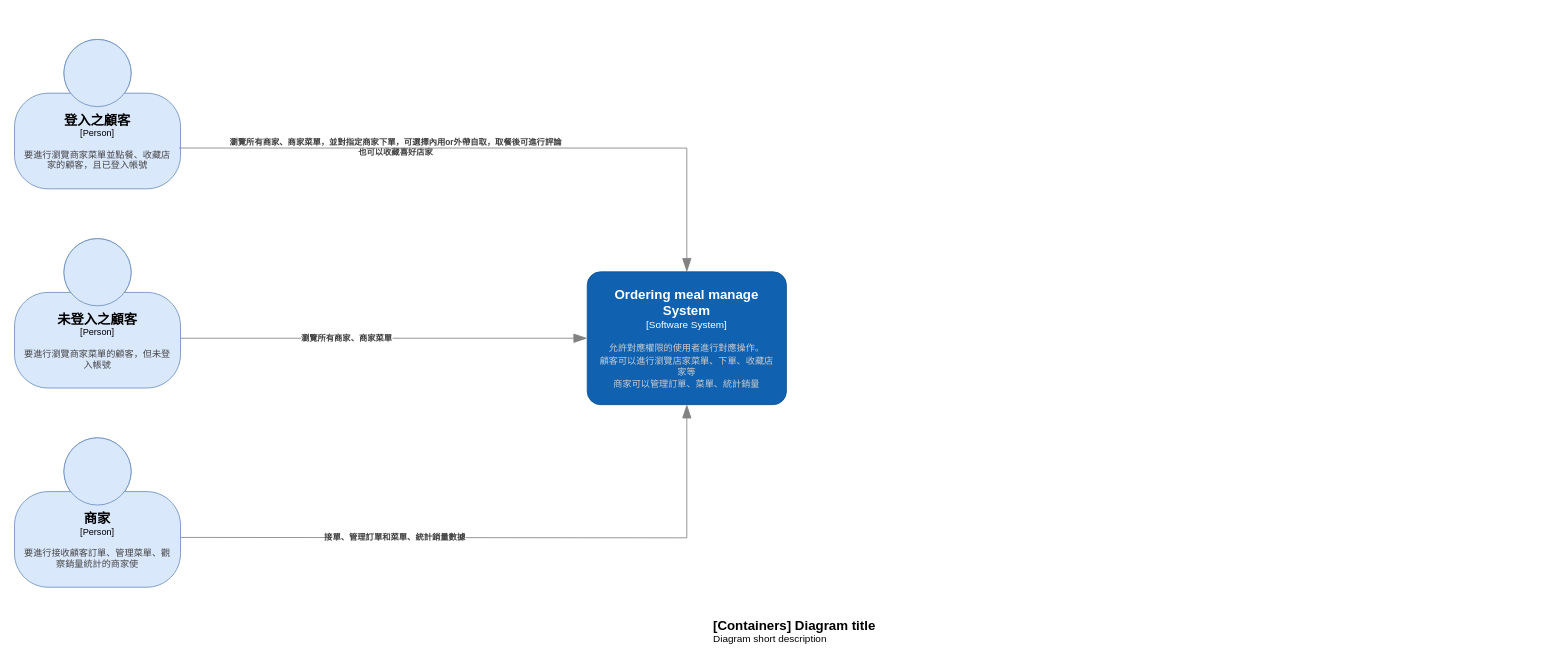
The draw.io diagram page "Container" (2 of 2) of C4-model.drawio in NTOU-Order-Now/C4-model, before the edit. Source tidied: cells renumbered, new cells numbered last; positions are measured from the earlier drawing's top-left corner, leaving out a move shared by most shapes. Both pictures are drawn from the tidied source at 83%, with x=0, y=0 at pixel (14, 39).
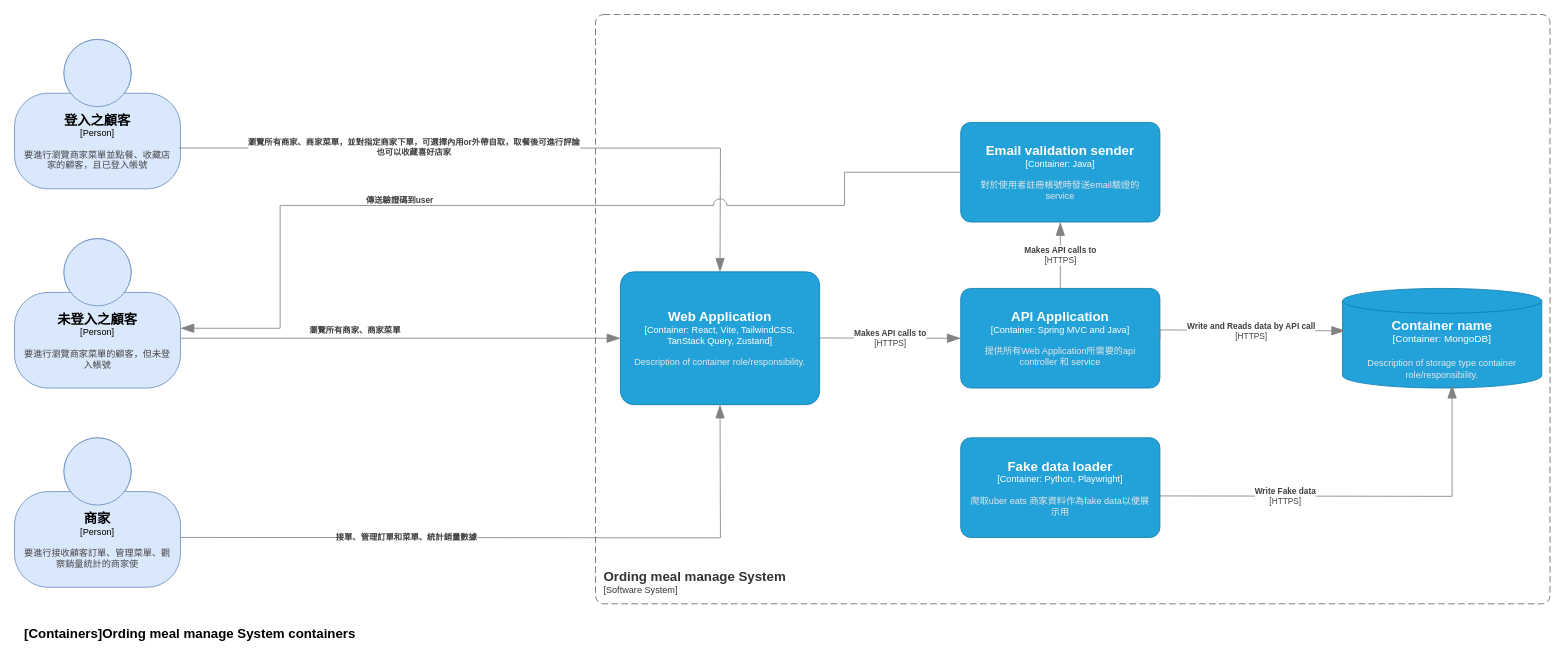
Above is the later version.

Commit message:
Update Container page

The change refers to these unchanged cells:
```xml
<object id="4" label="&lt;font style=&quot;font-size: 16px&quot;&gt;&lt;b&gt;%c4Name%&lt;/b&gt;&lt;/font&gt;&lt;div&gt;[%c4Type%]&lt;/div&gt;&lt;br&gt;&lt;div &gt;&lt;font style=&quot;font-size: 11px&quot;&gt;&lt;font color=&quot;#444444&quot;&gt;%c4Description%&lt;/font&gt;&lt;/div&gt;" c4Description="要進行瀏覽商家菜單的顧客，但未登入帳號" c4Name="未登入之顧客" c4Type="Person" placeholders="1">
  <mxCell style="html=1;fontSize=11;dashed=0;whiteSpace=wrap;fillColor=#dae8fc;strokeColor=#6c8ebf;shape=mxgraph.c4.person2;align=center;points=[[0.5,0,0],[1,0.5,0],[1,0.75,0],[0.75,1,0],[0.5,1,0],[0.25,1,0],[0,0.75,0],[0,0.5,0]];spacingRight=10;spacingLeft=10;" parent="1" vertex="1">
    <mxGeometry y="240" width="200" height="180" as="geometry" />
  </mxCell>
</object>
<object id="5" label="&lt;font style=&quot;font-size: 16px&quot;&gt;&lt;b&gt;%c4Name%&lt;/b&gt;&lt;/font&gt;&lt;div&gt;[%c4Type%]&lt;/div&gt;&lt;br&gt;&lt;div &gt;&lt;font style=&quot;font-size: 11px&quot;&gt;&lt;font color=&quot;#444444&quot;&gt;%c4Description%&lt;/font&gt;&lt;/div&gt;" c4Description="要進行瀏覽商家菜單並點餐、收藏店家的顧客，且已登入帳號" c4Name="登入之顧客" c4Type="Person" placeholders="1">
  <mxCell style="html=1;fontSize=11;dashed=0;whiteSpace=wrap;fillColor=#dae8fc;strokeColor=#6c8ebf;shape=mxgraph.c4.person2;align=center;points=[[0.5,0,0],[1,0.5,0],[1,0.75,0],[0.75,1,0],[0.5,1,0],[0.25,1,0],[0,0.75,0],[0,0.5,0]];spacingRight=10;spacingLeft=10;" parent="1" vertex="1">
    <mxGeometry width="200" height="180" as="geometry" />
  </mxCell>
</object>
```

The edit, as a diff of the source:
```diff
@@
-    <object id="2" label="&lt;font style=&quot;font-size: 16px&quot;&gt;&lt;b&gt;&lt;div style=&quot;text-align: left&quot;&gt;%c4Name%&lt;/div&gt;&lt;/b&gt;&lt;/font&gt;&lt;div style=&quot;text-align: left&quot;&gt;%c4Description%&lt;/div&gt;" c4Description="Diagram short description" c4Name="[Containers] Diagram title" placeholders="1">
+    <object id="2" label="&lt;font style=&quot;font-size: 16px&quot;&gt;&lt;b&gt;&lt;div style=&quot;text-align: left&quot;&gt;%c4Name%&lt;/div&gt;&lt;/b&gt;&lt;/font&gt;&lt;div style=&quot;text-align: left&quot;&gt;%c4Description%&lt;/div&gt;" c4Description="" c4Name="[Containers]Ording meal manage System containers" placeholders="1">
       <mxCell style="text;html=1;strokeColor=none;fillColor=none;align=left;verticalAlign=top;whiteSpace=wrap;rounded=0;" parent="1" vertex="1">
-        <mxGeometry x="840" y="690" width="260" height="40" as="geometry" />
+        <mxGeometry x="10" y="700" width="410" height="40" as="geometry" />
       </mxCell>
     </object>
@@
-    <object id="6" label="&lt;font style=&quot;font-size: 16px&quot;&gt;&lt;b&gt;%c4Name%&lt;/b&gt;&lt;/font&gt;&lt;div&gt;[%c4Type%]&lt;/div&gt;&lt;br&gt;&lt;div&gt;&lt;font style=&quot;font-size: 11px&quot;&gt;&lt;font color=&quot;#cccccc&quot;&gt;%c4Description%&lt;/font&gt;&lt;/div&gt;" c4Description="允許對應權限的使用者進行對應操作。&#10;顧客可以進行瀏覽店家菜單、下單、收藏店家等&#10;商家可以管理訂單、菜單、統計銷量" c4Name="Ordering meal manage System" c4Type="Software System" placeholders="1">
-      <mxCell style="rounded=1;whiteSpace=wrap;html=1;labelBackgroundColor=none;fillColor=#1061B0;fontColor=#ffffff;align=center;arcSize=10;strokeColor=#0D5091;points=[[0.25,0,0],[0.5,0,0],[0.75,0,0],[1,0.25,0],[1,0.5,0],[1,0.75,0],[0.75,1,0],[0.5,1,0],[0.25,1,0],[0,0.75,0],[0,0.5,0],[0,0.25,0]];spacingRight=10;spacingLeft=10;imageHeight=34;spacingTop=10;spacingBottom=10;" parent="1" vertex="1">
-        <mxGeometry x="690" y="280" width="240" height="160" as="geometry" />
-      </mxCell>
-    </object>
     <object id="7" label="&lt;div style=&quot;text-align: left&quot;&gt;&lt;div style=&quot;text-align: center&quot;&gt;&lt;b&gt;%c4Description%&lt;/b&gt;&lt;/div&gt;" c4Description="接單、管理訂單和菜單、統計銷量數據" placeholders="1">
-      <mxCell style="endArrow=blockThin;html=1;fontSize=10;fontColor=#404040;strokeWidth=1;endFill=1;strokeColor=#828282;elbow=vertical;endSize=14;startSize=14;jumpStyle=arc;jumpSize=16;rounded=0;edgeStyle=orthogonalEdgeStyle;entryX=0.5;entryY=1;entryDx=0;entryDy=0;entryPerimeter=0;" parent="1" edge="1" target="6">
+      <mxCell style="endArrow=blockThin;html=1;fontSize=10;fontColor=#404040;strokeWidth=1;endFill=1;strokeColor=#828282;elbow=vertical;endSize=14;startSize=14;jumpStyle=arc;jumpSize=16;rounded=0;edgeStyle=orthogonalEdgeStyle;entryX=0.5;entryY=1;entryDx=0;entryDy=0;entryPerimeter=0;" parent="1" edge="1">
         <mxGeometry x="-0.33" relative="1" as="geometry">
           <mxPoint x="200" y="600" as="sourcePoint" />
+          <mxPoint x="850" y="440" as="targetPoint" />
         </mxGeometry>
       </mxCell>
     </object>
+    <object id="9" label="&lt;div style=&quot;text-align: left&quot;&gt;&lt;div style=&quot;text-align: center&quot;&gt;&lt;b&gt;%c4Description%&lt;/b&gt;&lt;/div&gt;" c4Description="瀏覽所有商家、商家菜單" placeholders="1">
+      <mxCell style="endArrow=blockThin;html=1;fontSize=10;fontColor=#404040;strokeWidth=1;endFill=1;strokeColor=#828282;elbow=vertical;endSize=14;startSize=14;jumpStyle=arc;jumpSize=16;rounded=0;edgeStyle=orthogonalEdgeStyle;exitX=0.992;exitY=0.727;exitDx=0;exitDy=0;exitPerimeter=0;" parent="1" edge="1" source="5">
+        <mxGeometry x="-0.47" y="-219" relative="1" as="geometry">
+          <mxPoint x="850" y="280" as="targetPoint" />
+        </mxGeometry>
+      </mxCell>
+    </object>
     <object id="8" label="&lt;div style=&quot;text-align: left&quot;&gt;&lt;div style=&quot;text-align: center&quot;&gt;&lt;b&gt;%c4Description%&lt;/b&gt;&lt;/div&gt;" c4Description="瀏覽所有商家、商家菜單，並對指定商家下單，可選擇內用or外帶自取，取餐後可進行評論&#10;也可以收藏喜好店家" placeholders="1">
-      <mxCell style="endArrow=blockThin;html=1;fontSize=10;fontColor=#404040;strokeWidth=1;endFill=1;strokeColor=#828282;elbow=vertical;endSize=14;startSize=14;jumpStyle=arc;jumpSize=16;rounded=0;edgeStyle=orthogonalEdgeStyle;" parent="1" edge="1" target="6">
+      <mxCell style="endArrow=blockThin;html=1;fontSize=10;fontColor=#404040;strokeWidth=1;endFill=1;strokeColor=#828282;elbow=vertical;endSize=14;startSize=14;jumpStyle=arc;jumpSize=16;rounded=0;edgeStyle=orthogonalEdgeStyle;" parent="1" edge="1">
         <mxGeometry x="0.06" y="230" relative="1" as="geometry">
           <mxPoint x="200" y="360" as="sourcePoint" />
+          <mxPoint x="730" y="360" as="targetPoint" />
         </mxGeometry>
       </mxCell>
     </object>
-    <object id="9" label="&lt;div style=&quot;text-align: left&quot;&gt;&lt;div style=&quot;text-align: center&quot;&gt;&lt;b&gt;%c4Description%&lt;/b&gt;&lt;/div&gt;" c4Description="瀏覽所有商家、商家菜單" placeholders="1">
-      <mxCell style="endArrow=blockThin;html=1;fontSize=10;fontColor=#404040;strokeWidth=1;endFill=1;strokeColor=#828282;elbow=vertical;endSize=14;startSize=14;jumpStyle=arc;jumpSize=16;rounded=0;edgeStyle=orthogonalEdgeStyle;exitX=0.992;exitY=0.727;exitDx=0;exitDy=0;exitPerimeter=0;" parent="1" edge="1" source="5" target="6">
-        <mxGeometry x="-0.47" y="-229" relative="1" as="geometry" />
-      </mxCell>
-    </object>
+    <object id="10" label="&lt;font style=&quot;font-size: 16px&quot;&gt;&lt;b&gt;&lt;div style=&quot;text-align: left&quot;&gt;%c4Name%&lt;/div&gt;&lt;/b&gt;&lt;/font&gt;&lt;div style=&quot;text-align: left&quot;&gt;[%c4Application%]&lt;/div&gt;" c4Application="Software System" c4Name="Ording meal manage System" placeholders="1">
+      <mxCell style="rounded=1;fontSize=11;whiteSpace=wrap;html=1;dashed=1;arcSize=20;fillColor=none;strokeColor=#666666;fontColor=#333333;labelBackgroundColor=none;align=left;verticalAlign=bottom;labelBorderColor=none;spacingTop=0;spacing=10;dashPattern=8 4;perimeter=rectanglePerimeter;noLabel=0;labelPadding=0;absoluteArcSize=1;" parent="1" vertex="1">
+        <mxGeometry x="700" y="-30" width="1150" height="710" as="geometry" />
+      </mxCell>
+    </object>
+    <object id="11" label="&lt;font style=&quot;font-size: 16px&quot;&gt;&lt;b&gt;%c4Name%&lt;/b&gt;&lt;/font&gt;&lt;div&gt;[%c4Type%: %c4Technology%]&lt;/div&gt;&lt;br&gt;&lt;div&gt;&lt;font style=&quot;font-size: 11px&quot;&gt;&lt;font color=&quot;#E6E6E6&quot;&gt;%c4Description%&lt;/font&gt;&lt;/div&gt;" c4Description="提供所有Web Application所需要的api controller 和 service" c4Name="API Application" c4Technology="Spring MVC and Java" c4Type="Container" placeholders="1">
+      <mxCell style="rounded=1;whiteSpace=wrap;html=1;fontSize=11;labelBackgroundColor=none;fillColor=#23A2D9;fontColor=#ffffff;align=center;arcSize=10;strokeColor=#0E7DAD;points=[[0.25,0,0],[0.5,0,0],[0.75,0,0],[1,0.25,0],[1,0.5,0],[1,0.75,0],[0.75,1,0],[0.5,1,0],[0.25,1,0],[0,0.75,0],[0,0.5,0],[0,0.25,0]];spacingLeft=10;spacingRight=10;" parent="1" vertex="1">
+        <mxGeometry x="1140" y="300" width="240" height="120" as="geometry" />
+      </mxCell>
+    </object>
+    <object id="12" label="&lt;font style=&quot;font-size: 16px&quot;&gt;&lt;b&gt;%c4Name%&lt;/b&gt;&lt;/font&gt;&lt;div&gt;[%c4Type%: %c4Technology%]&lt;/div&gt;&lt;br&gt;&lt;div&gt;&lt;font style=&quot;font-size: 11px&quot;&gt;&lt;font color=&quot;#E6E6E6&quot;&gt;%c4Description%&lt;/font&gt;&lt;/div&gt;" c4Description="Description of container role/responsibility." c4Name="Web Application" c4Technology="React, Vite, TailwindCSS, TanStack Query, Zustand" c4Type="Container" placeholders="1">
+      <mxCell style="rounded=1;whiteSpace=wrap;html=1;fontSize=11;labelBackgroundColor=none;fillColor=#23A2D9;fontColor=#ffffff;align=center;arcSize=10;strokeColor=#0E7DAD;spacingLeft=10;spacingRight=10;" parent="1" vertex="1">
+        <mxGeometry x="730" y="280" width="240" height="160" as="geometry" />
+      </mxCell>
+    </object>
+    <object id="13" label="&lt;font style=&quot;font-size: 16px&quot;&gt;&lt;b&gt;%c4Name%&lt;/b&gt;&lt;/font&gt;&lt;div&gt;[%c4Type%: %c4Technology%]&lt;/div&gt;&lt;br&gt;&lt;div&gt;&lt;font style=&quot;font-size: 11px&quot;&gt;&lt;font color=&quot;#E6E6E6&quot;&gt;%c4Description%&lt;/font&gt;&lt;/div&gt;" c4Description="爬取uber eats 商家資料作為fake data以便展示用" c4Name="Fake data loader" c4Technology="Python, Playwright" c4Type="Container" placeholders="1">
+      <mxCell style="rounded=1;whiteSpace=wrap;html=1;fontSize=11;labelBackgroundColor=none;fillColor=#23A2D9;fontColor=#ffffff;align=center;arcSize=10;strokeColor=#0E7DAD;spacingLeft=10;spacingRight=10;" parent="1" vertex="1">
+        <mxGeometry x="1140" y="480" width="240" height="120" as="geometry" />
+      </mxCell>
+    </object>
+    <object id="14" label="&lt;font style=&quot;font-size: 16px&quot;&gt;&lt;b&gt;%c4Name%&lt;/b&gt;&lt;/font&gt;&lt;div&gt;[%c4Type%: %c4Technology%]&lt;/div&gt;&lt;br&gt;&lt;div&gt;&lt;font style=&quot;font-size: 11px&quot;&gt;&lt;font color=&quot;#E6E6E6&quot;&gt;%c4Description%&lt;/font&gt;&lt;/div&gt;" c4Description="對於使用者註冊帳號時發送email驗證的service" c4Name="Email validation sender" c4Technology="Java" c4Type="Container" placeholders="1">
+      <mxCell style="rounded=1;whiteSpace=wrap;html=1;fontSize=11;labelBackgroundColor=none;fillColor=#23A2D9;fontColor=#ffffff;align=center;arcSize=10;strokeColor=#0E7DAD;points=[[0.25,0,0],[0.5,0,0],[0.75,0,0],[1,0.25,0],[1,0.5,0],[1,0.75,0],[0.75,1,0],[0.5,1,0],[0.25,1,0],[0,0.75,0],[0,0.5,0],[0,0.25,0]];spacingLeft=10;spacingRight=10;" parent="1" vertex="1">
+        <mxGeometry x="1140" y="100" width="240" height="120" as="geometry" />
+      </mxCell>
+    </object>
+    <object id="15" label="&lt;font style=&quot;font-size: 16px&quot;&gt;&lt;b&gt;%c4Name%&lt;/b&gt;&lt;/font&gt;&lt;div&gt;[%c4Type%:&amp;nbsp;%c4Technology%]&lt;/div&gt;&lt;br&gt;&lt;div&gt;&lt;font style=&quot;font-size: 11px&quot;&gt;&lt;font color=&quot;#E6E6E6&quot;&gt;%c4Description%&lt;/font&gt;&lt;/div&gt;" c4Description="Description of storage type container role/responsibility." c4Name="Container name" c4Technology="MongoDB" c4Type="Container" placeholders="1">
+      <mxCell style="shape=cylinder3;size=15;whiteSpace=wrap;html=1;boundedLbl=1;rounded=0;labelBackgroundColor=none;fillColor=#23A2D9;fontSize=12;fontColor=#ffffff;align=center;strokeColor=#0E7DAD;points=[[0.5,0,0],[1,0.25,0],[1,0.5,0],[1,0.75,0],[0.5,1,0],[0,0.75,0],[0,0.5,0],[0,0.25,0]];" parent="1" vertex="1">
+        <mxGeometry x="1600" y="300" width="240" height="120" as="geometry" />
+      </mxCell>
+    </object>
+    <object id="16" label="&lt;div style=&quot;text-align: left&quot;&gt;&lt;div style=&quot;text-align: center&quot;&gt;&lt;b&gt;%c4Description%&lt;/b&gt;&lt;/div&gt;&lt;div style=&quot;text-align: center&quot;&gt;[%c4Technology%]&lt;/div&gt;&lt;/div&gt;" c4Description="Makes API calls to" c4Technology="HTTPS" placeholders="1">
+      <mxCell style="endArrow=blockThin;html=1;fontSize=10;fontColor=#404040;strokeWidth=1;endFill=1;strokeColor=#828282;elbow=vertical;endSize=14;startSize=14;jumpStyle=arc;jumpSize=16;rounded=0;edgeStyle=orthogonalEdgeStyle;" parent="1" edge="1" target="11">
+        <mxGeometry relative="1" as="geometry">
+          <mxPoint x="970" y="359.7" as="sourcePoint" />
+        </mxGeometry>
+      </mxCell>
+    </object>
+    <object id="17" label="&lt;div style=&quot;text-align: left&quot;&gt;&lt;div style=&quot;text-align: center&quot;&gt;&lt;b&gt;%c4Description%&lt;/b&gt;&lt;/div&gt;" c4Description="傳送驗證碼到user" placeholders="1">
+      <mxCell style="endArrow=blockThin;html=1;fontSize=10;fontColor=#404040;strokeWidth=1;endFill=1;strokeColor=#828282;elbow=vertical;endSize=14;startSize=14;jumpStyle=arc;jumpSize=16;rounded=0;edgeStyle=orthogonalEdgeStyle;entryX=1;entryY=0.6;entryDx=0;entryDy=0;entryPerimeter=0;exitX=0;exitY=0.5;exitDx=0;exitDy=0;exitPerimeter=0;" parent="1" edge="1" source="14" target="4">
+        <mxGeometry x="0.27" y="-7" relative="1" as="geometry">
+          <Array as="points">
+            <mxPoint x="1000" y="160" />
+            <mxPoint x="1000" y="200" />
+            <mxPoint x="320" y="200" />
+            <mxPoint x="320" y="348" />
+          </Array>
+        </mxGeometry>
+      </mxCell>
+    </object>
+    <object id="18" label="&lt;div style=&quot;text-align: left&quot;&gt;&lt;div style=&quot;text-align: center&quot;&gt;&lt;b&gt;%c4Description%&lt;/b&gt;&lt;/div&gt;&lt;div style=&quot;text-align: center&quot;&gt;[%c4Technology%]&lt;/div&gt;&lt;/div&gt;" c4Description="Makes API calls to" c4Technology="HTTPS" placeholders="1">
+      <mxCell style="endArrow=blockThin;html=1;fontSize=10;fontColor=#404040;strokeWidth=1;endFill=1;strokeColor=#828282;elbow=vertical;endSize=14;startSize=14;jumpStyle=arc;jumpSize=16;rounded=0;edgeStyle=orthogonalEdgeStyle;exitX=0.5;exitY=0;exitDx=0;exitDy=0;exitPerimeter=0;entryX=0.5;entryY=1;entryDx=0;entryDy=0;entryPerimeter=0;" parent="1" edge="1" source="11" target="14">
+        <mxGeometry relative="1" as="geometry" />
+      </mxCell>
+    </object>
+    <object id="19" label="&lt;div style=&quot;text-align: left&quot;&gt;&lt;div style=&quot;text-align: center&quot;&gt;&lt;b&gt;%c4Description%&lt;/b&gt;&lt;/div&gt;&lt;div style=&quot;text-align: center&quot;&gt;[%c4Technology%]&lt;/div&gt;&lt;/div&gt;" c4Description="Write and Reads data by API call" c4Technology="HTTPS" placeholders="1">
+      <mxCell style="endArrow=blockThin;html=1;fontSize=10;fontColor=#404040;strokeWidth=1;endFill=1;strokeColor=#828282;elbow=vertical;endSize=14;startSize=14;jumpStyle=arc;jumpSize=16;rounded=0;edgeStyle=orthogonalEdgeStyle;entryX=0.013;entryY=0.425;entryDx=0;entryDy=0;entryPerimeter=0;exitX=1;exitY=0.5;exitDx=0;exitDy=0;exitPerimeter=0;" parent="1" edge="1" source="11" target="15">
+        <mxGeometry x="0.03" relative="1" as="geometry">
+          <Array as="points">
+            <mxPoint x="1380" y="350" />
+            <mxPoint x="1490" y="350" />
+            <mxPoint x="1490" y="351" />
+          </Array>
+        </mxGeometry>
+      </mxCell>
+    </object>
+    <object id="20" label="&lt;div style=&quot;text-align: left&quot;&gt;&lt;div style=&quot;text-align: center&quot;&gt;&lt;b&gt;%c4Description%&lt;/b&gt;&lt;/div&gt;&lt;div style=&quot;text-align: center&quot;&gt;[%c4Technology%]&lt;/div&gt;&lt;/div&gt;" c4Description="Write Fake data" c4Technology="HTTPS" placeholders="1">
+      <mxCell style="endArrow=blockThin;html=1;fontSize=10;fontColor=#404040;strokeWidth=1;endFill=1;strokeColor=#828282;elbow=vertical;endSize=14;startSize=14;jumpStyle=arc;jumpSize=16;rounded=0;edgeStyle=orthogonalEdgeStyle;entryX=0.55;entryY=0.967;entryDx=0;entryDy=0;entryPerimeter=0;" parent="1" edge="1" target="15">
+        <mxGeometry x="-0.38" relative="1" as="geometry">
+          <mxPoint x="1380" y="550" as="sourcePoint" />
+        </mxGeometry>
+      </mxCell>
+    </object>
```
